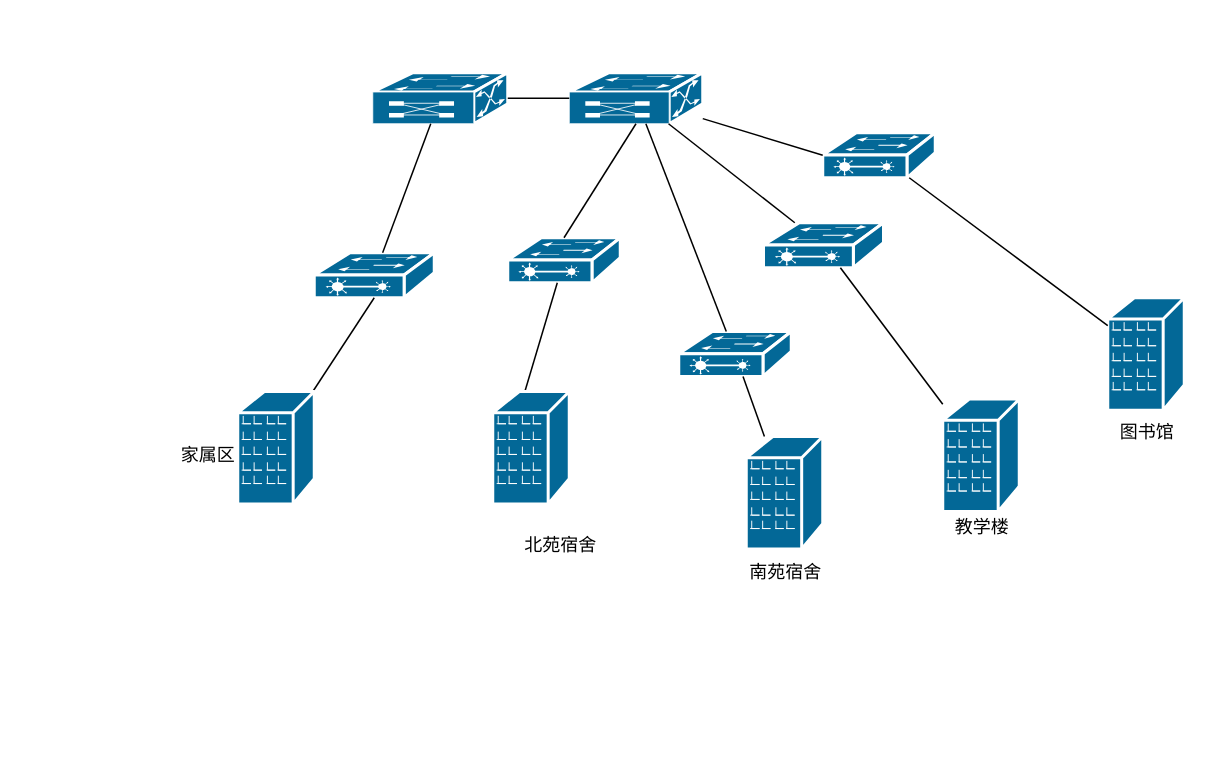
Earlier version of the draw.io diagram aka.drawio (Ray-778/quiet). Source tidied: cells renumbered, new cells numbered last; positions are measured from the earlier drawing's top-left corner, leaving out a move shared by most shapes. Both pictures are drawn from the tidied source at 150%, with x=0, y=0 at pixel (162, 72).
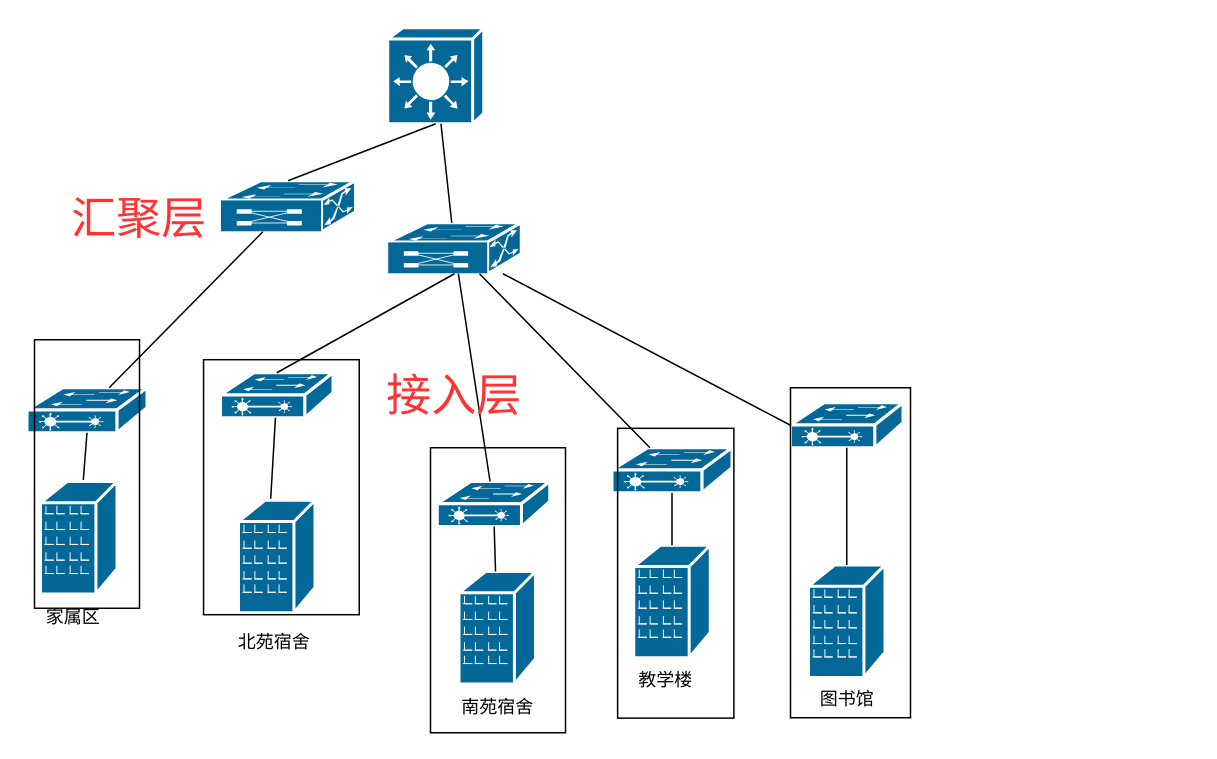
The same page after the edit.

Change to the diagram source:
```diff
@@
     <mxCell id="2" style="shape=mxgraph.cisco.switches.layer_2_remote_switch;sketch=0;html=1;dashed=0;fillColor=#036897;strokeColor=#ffffff;strokeWidth=2;verticalLabelPosition=bottom;verticalAlign=top;align=center;outlineConnect=0;" parent="1" vertex="1">
-      <mxGeometry x="101" y="120" width="80" height="30" as="geometry" />
+      <mxGeometry x="-90.5" y="210" width="80" height="30" as="geometry" />
     </mxCell>
     <mxCell id="3" style="shape=mxgraph.cisco.switches.multiswitch_device;sketch=0;html=1;dashed=0;fillColor=#036897;strokeColor=#ffffff;strokeWidth=2;verticalLabelPosition=bottom;verticalAlign=top;align=center;outlineConnect=0;" parent="1" vertex="1">
-      <mxGeometry x="140" width="90" height="34" as="geometry" />
+      <mxGeometry x="38.5" y="72" width="90" height="34" as="geometry" />
     </mxCell>
     <mxCell id="4" style="shape=mxgraph.cisco.switches.layer_2_remote_switch;sketch=0;html=1;dashed=0;fillColor=#036897;strokeColor=#ffffff;strokeWidth=2;verticalLabelPosition=bottom;verticalAlign=top;align=center;outlineConnect=0;" parent="1" vertex="1">
-      <mxGeometry x="230" y="110" width="75" height="30" as="geometry" />
+      <mxGeometry x="38.5" y="200" width="75" height="30" as="geometry" />
     </mxCell>
     <mxCell id="5" style="shape=mxgraph.cisco.switches.multiswitch_device;sketch=0;html=1;dashed=0;fillColor=#036897;strokeColor=#ffffff;strokeWidth=2;verticalLabelPosition=bottom;verticalAlign=top;align=center;outlineConnect=0;" parent="1" vertex="1">
-      <mxGeometry x="271" width="89" height="34" as="geometry" />
+      <mxGeometry x="150" y="100" width="89" height="34" as="geometry" />
     </mxCell>
-    <mxCell id="6" style="endArrow=none;html=1;rounded=0;exitX=1;exitY=0.5;exitDx=0;exitDy=0;exitPerimeter=0;" parent="1" edge="1" source="3" target="5">
-      <mxGeometry relative="1" as="geometry" />
-    </mxCell>
@@
     <mxCell id="11" value="家属区" style="text;html=1;align=center;verticalAlign=middle;fillColor=none;strokeColor=none;rounded=0;" parent="1" vertex="1">
-      <mxGeometry y="240" width="60" height="30" as="geometry" />
+      <mxGeometry x="-90.5" y="347.5" width="60" height="30" as="geometry" />
     </mxCell>
     <mxCell id="12" value="南苑宿舍" style="text;html=1;align=center;verticalAlign=middle;strokeColor=none;fillColor=none;" parent="1" vertex="1">
-      <mxGeometry x="379.5" y="317.5" width="70" height="30" as="geometry" />
+      <mxGeometry x="188" y="407.5" width="70" height="30" as="geometry" />
     </mxCell>
     <mxCell id="13" value="图书馆" style="text;html=1;align=center;verticalAlign=middle;strokeColor=none;fillColor=none;" parent="1" vertex="1">
-      <mxGeometry x="625.5" y="225" width="60" height="30" as="geometry" />
+      <mxGeometry x="426" y="403.1" width="60" height="30" as="geometry" />
     </mxCell>
     <mxCell id="14" value="北苑宿舍" style="text;html=1;align=center;verticalAlign=middle;strokeColor=none;fillColor=none;" parent="1" vertex="1">
-      <mxGeometry x="230" y="300" width="70" height="30" as="geometry" />
+      <mxGeometry x="38.5" y="365" width="70" height="30" as="geometry" />
     </mxCell>
     <mxCell id="15" style="shape=mxgraph.cisco.buildings.branch_office;sketch=0;html=1;dashed=0;fillColor=#036897;strokeColor=#ffffff;strokeWidth=2;verticalLabelPosition=bottom;verticalAlign=top;align=center;outlineConnect=0;" parent="1" vertex="1">
-      <mxGeometry x="220" y="212.5" width="51" height="75" as="geometry" />
+      <mxGeometry x="50.5" y="285" width="51" height="75" as="geometry" />
     </mxCell>
     <mxCell id="16" style="shape=mxgraph.cisco.buildings.branch_office;sketch=0;html=1;dashed=0;fillColor=#036897;strokeColor=#ffffff;strokeWidth=2;verticalLabelPosition=bottom;verticalAlign=top;align=center;outlineConnect=0;" parent="1" vertex="1">
-      <mxGeometry x="50" y="212.5" width="51" height="75" as="geometry" />
+      <mxGeometry x="-81.5" y="272.5" width="51" height="75" as="geometry" />
     </mxCell>
     <mxCell id="17" style="shape=mxgraph.cisco.buildings.branch_office;sketch=0;html=1;dashed=0;fillColor=#036897;strokeColor=#ffffff;strokeWidth=2;verticalLabelPosition=bottom;verticalAlign=top;align=center;outlineConnect=0;" parent="1" vertex="1">
-      <mxGeometry x="630" y="150" width="51" height="75" as="geometry" />
+      <mxGeometry x="430.5" y="328.1" width="51" height="75" as="geometry" />
     </mxCell>
     <mxCell id="18" style="shape=mxgraph.cisco.buildings.branch_office;sketch=0;html=1;dashed=0;fillColor=#036897;strokeColor=#ffffff;strokeWidth=2;verticalLabelPosition=bottom;verticalAlign=top;align=center;outlineConnect=0;" parent="1" vertex="1">
-      <mxGeometry x="389" y="242.5" width="51" height="75" as="geometry" />
+      <mxGeometry x="197.5" y="332.5" width="51" height="75" as="geometry" />
     </mxCell>
     <mxCell id="19" style="shape=mxgraph.cisco.buildings.branch_office;sketch=0;html=1;dashed=0;fillColor=#036897;strokeColor=#ffffff;strokeWidth=2;verticalLabelPosition=bottom;verticalAlign=top;align=center;outlineConnect=0;" parent="1" vertex="1">
-      <mxGeometry x="520" y="217.5" width="51" height="75" as="geometry" />
+      <mxGeometry x="314" y="315" width="51" height="75" as="geometry" />
     </mxCell>
     <mxCell id="20" value="教学楼" style="text;html=1;align=center;verticalAlign=middle;strokeColor=none;fillColor=none;" parent="1" vertex="1">
-      <mxGeometry x="515.5" y="287.5" width="60" height="30" as="geometry" />
+      <mxGeometry x="305" y="390" width="60" height="30" as="geometry" />
     </mxCell>
     <mxCell id="21" style="shape=mxgraph.cisco.switches.layer_2_remote_switch;sketch=0;html=1;dashed=0;fillColor=#036897;strokeColor=#ffffff;strokeWidth=2;verticalLabelPosition=bottom;verticalAlign=top;align=center;outlineConnect=0;" parent="1" vertex="1">
-      <mxGeometry x="344" y="172.5" width="75" height="30" as="geometry" />
+      <mxGeometry x="183" y="272.5" width="75" height="30" as="geometry" />
     </mxCell>
     <mxCell id="22" style="shape=mxgraph.cisco.switches.layer_2_remote_switch;sketch=0;html=1;dashed=0;fillColor=#036897;strokeColor=#ffffff;strokeWidth=2;verticalLabelPosition=bottom;verticalAlign=top;align=center;outlineConnect=0;" parent="1" vertex="1">
-      <mxGeometry x="440" y="40" width="75" height="30" as="geometry" />
+      <mxGeometry x="418.5" y="220" width="75" height="30" as="geometry" />
     </mxCell>
     <mxCell id="23" style="shape=mxgraph.cisco.switches.layer_2_remote_switch;sketch=0;html=1;dashed=0;fillColor=#036897;strokeColor=#ffffff;strokeWidth=2;verticalLabelPosition=bottom;verticalAlign=top;align=center;outlineConnect=0;" parent="1" vertex="1">
-      <mxGeometry x="400.5" y="100" width="80" height="30" as="geometry" />
+      <mxGeometry x="299.5" y="250" width="80" height="30" as="geometry" />
     </mxCell>
@@
+    <mxCell id="30" style="whiteSpace=wrap;html=1;fillColor=none;rotation=90;" parent="1" vertex="1">
+      <mxGeometry x="-5.9" y="224.4" width="170" height="103.8" as="geometry" />
+    </mxCell>
+    <mxCell id="31" style="whiteSpace=wrap;html=1;fillColor=none;rotation=90;" parent="1" vertex="1">
+      <mxGeometry x="-140" y="232.5" width="179" height="70" as="geometry" />
+    </mxCell>
+    <mxCell id="32" style="whiteSpace=wrap;html=1;fillColor=none;" parent="1" vertex="1">
+      <mxGeometry x="178.5" y="250" width="90" height="190" as="geometry" />
+    </mxCell>
+    <mxCell id="33" style="whiteSpace=wrap;html=1;fillColor=none;rotation=90;" parent="1" vertex="1">
+      <mxGeometry x="245.4" y="294.9" width="193.2" height="77.5" as="geometry" />
+    </mxCell>
+    <mxCell id="34" style="whiteSpace=wrap;html=1;fillColor=none;" parent="1" vertex="1">
+      <mxGeometry x="418.5" y="210" width="80" height="220" as="geometry" />
+    </mxCell>
+    <mxCell id="35" value="&lt;font style=&quot;font-size: 30px;&quot;&gt;接入层&lt;/font&gt;" style="text;html=1;align=center;verticalAlign=middle;strokeColor=none;fillColor=none;fontColor=#FF3333;" parent="1" vertex="1">
+      <mxGeometry x="138.5" y="190" width="110" height="50" as="geometry" />
+    </mxCell>
+    <mxCell id="36" value="汇聚层" style="text;html=1;align=center;verticalAlign=middle;strokeColor=none;fillColor=none;fontSize=30;fontColor=#FF3333;" parent="1" vertex="1">
+      <mxGeometry x="-71.5" y="72" width="110" height="50" as="geometry" />
+    </mxCell>
+    <mxCell id="37" style="shape=mxgraph.cisco.switches.layer_3_switch;sketch=0;html=1;dashed=0;fillColor=#036897;strokeColor=#ffffff;strokeWidth=2;verticalLabelPosition=bottom;verticalAlign=top;align=center;outlineConnect=0;fontSize=30;fontColor=#FF3333;" parent="1" vertex="1">
+      <mxGeometry x="150" y="-30" width="64" height="64" as="geometry" />
+    </mxCell>
+    <mxCell id="38" style="endArrow=none;html=1;rounded=0;fontSize=30;fontColor=#FF3333;exitX=0.5;exitY=0;exitDx=0;exitDy=0;exitPerimeter=0;entryX=0.5;entryY=1;entryDx=0;entryDy=0;entryPerimeter=0;" parent="1" edge="1" source="3" target="37">
+      <mxGeometry relative="1" as="geometry" />
+    </mxCell>
+    <mxCell id="39" style="endArrow=none;html=1;rounded=0;fontSize=30;fontColor=#FF3333;" parent="1" edge="1" source="5" target="37">
+      <mxGeometry relative="1" as="geometry" />
+    </mxCell>
```
